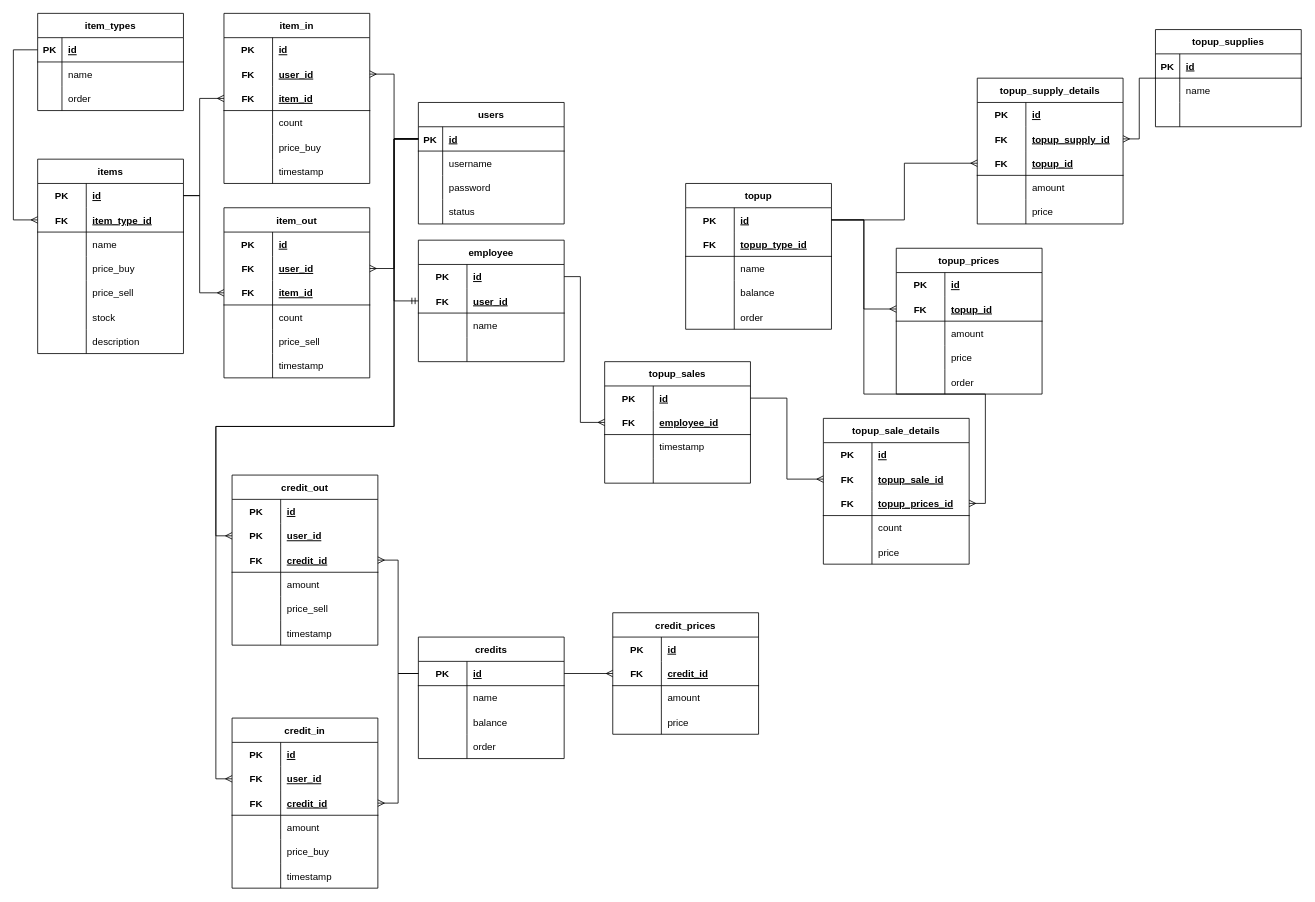
The draw.io diagram database/Database Schema.drawio in yafizh/cell-phone-api, before the edit. Source tidied: cells renumbered, new cells numbered last; positions are measured from the earlier drawing's top-left corner, leaving out a move shared by most shapes. Both pictures are drawn from the tidied source at 81%, with x=0, y=0 at pixel (13, 13).
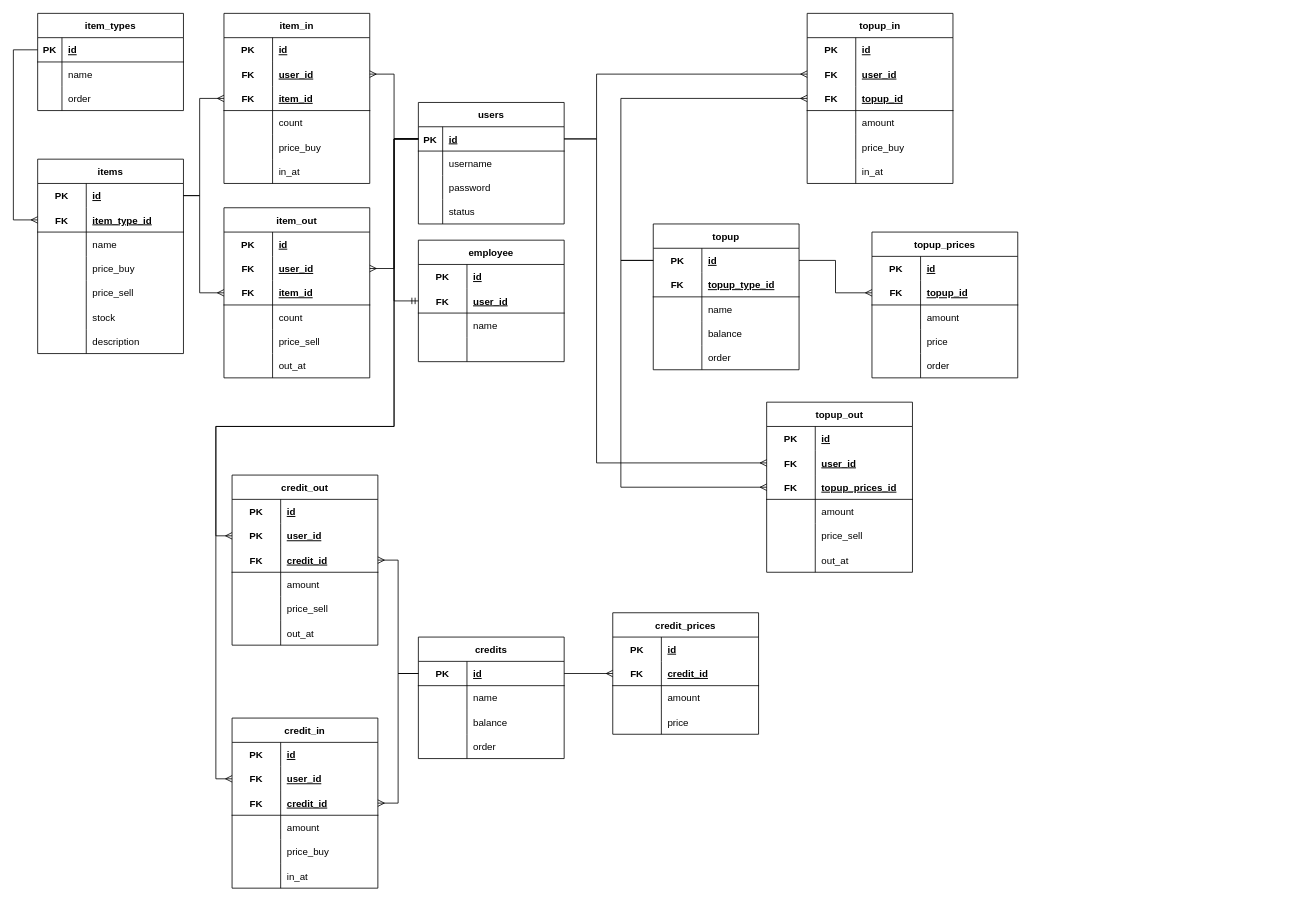
The same page after the edit.

Commit message (it also covers changes not shown here):
endpoint API crud topup in and crud topup out

Unchanged cells that the change refers to:
```xml
<mxCell id="25" style="shape=tableRow;horizontal=0;startSize=0;swimlaneHead=0;swimlaneBody=0;fillColor=none;points=[[0,0.5],[1,0.5]];portConstraint=eastwest;top=0;left=0;right=0;bottom=1;" parent="24" vertex="1">
  <mxGeometry y="30" width="180" height="30" as="geometry" />
</mxCell>
<mxCell id="53" style="shape=tableRow;horizontal=0;startSize=0;swimlaneHead=0;swimlaneBody=0;fillColor=none;top=0;left=0;right=0;bottom=0;" parent="37" vertex="1">
  <mxGeometry y="180" width="180" height="30" as="geometry" />
</mxCell>
<mxCell id="57" style="shape=tableRow;horizontal=0;startSize=0;swimlaneHead=0;swimlaneBody=0;fillColor=none;points=[[0,0.5],[1,0.5]];portConstraint=eastwest;top=0;left=0;right=0;bottom=0;" parent="56" vertex="1">
  <mxGeometry y="30" width="180" height="30" as="geometry" />
</mxCell>
<mxCell id="80" style="shape=tableRow;horizontal=0;startSize=0;swimlaneHead=0;swimlaneBody=0;fillColor=none;points=[[0,0.5],[1,0.5]];portConstraint=eastwest;top=0;left=0;right=0;bottom=0;" parent="79" vertex="1">
  <mxGeometry y="30" width="180" height="30" as="geometry" />
</mxCell>
<mxCell id="128" style="shape=tableRow;horizontal=0;startSize=0;swimlaneHead=0;swimlaneBody=0;fillColor=none;points=[[0,0.5],[1,0.5]];portConstraint=eastwest;top=0;left=0;right=0;bottom=0;" parent="124" vertex="1">
  <mxGeometry y="60" width="180" height="30" as="geometry" />
</mxCell>
<mxCell id="131" style="shape=tableRow;horizontal=0;startSize=0;swimlaneHead=0;swimlaneBody=0;fillColor=none;points=[[0,0.5],[1,0.5]];portConstraint=eastwest;top=0;left=0;right=0;bottom=1;" parent="124" vertex="1">
  <mxGeometry y="90" width="180" height="30" as="geometry" />
</mxCell>
<mxCell id="134" style="shape=tableRow;horizontal=0;startSize=0;swimlaneHead=0;swimlaneBody=0;fillColor=none;top=0;left=0;right=0;bottom=0;" parent="124" vertex="1">
  <mxGeometry y="120" width="180" height="30" as="geometry" />
</mxCell>
<mxCell id="137" style="shape=tableRow;horizontal=0;startSize=0;swimlaneHead=0;swimlaneBody=0;fillColor=none;top=0;left=0;right=0;bottom=0;" parent="124" vertex="1">
  <mxGeometry y="150" width="180" height="30" as="geometry" />
</mxCell>
<mxCell id="162" style="shape=tableRow;horizontal=0;startSize=0;swimlaneHead=0;swimlaneBody=0;fillColor=none;top=0;left=0;right=0;bottom=0;" parent="146" vertex="1">
  <mxGeometry y="180" width="180" height="30" as="geometry" />
</mxCell>
<mxCell id="181" style="shape=tableRow;horizontal=0;startSize=0;swimlaneHead=0;swimlaneBody=0;fillColor=none;points=[[0,0.5],[1,0.5]];portConstraint=eastwest;top=0;left=0;right=0;bottom=0;" parent="177" vertex="1">
  <mxGeometry y="60" width="180" height="30" as="geometry" />
</mxCell>
<mxCell id="184" style="shape=tableRow;horizontal=0;startSize=0;swimlaneHead=0;swimlaneBody=0;fillColor=none;points=[[0,0.5],[1,0.5]];portConstraint=eastwest;top=0;left=0;right=0;bottom=1;" parent="177" vertex="1">
  <mxGeometry y="90" width="180" height="30" as="geometry" />
</mxCell>
<mxCell id="190" style="shape=tableRow;horizontal=0;startSize=0;swimlaneHead=0;swimlaneBody=0;fillColor=none;top=0;left=0;right=0;bottom=0;" parent="177" vertex="1">
  <mxGeometry y="150" width="180" height="30" as="geometry" />
</mxCell>
<mxCell id="238" style="shape=tableRow;horizontal=0;startSize=0;swimlaneHead=0;swimlaneBody=0;fillColor=none;top=0;left=0;right=0;bottom=0;" parent="222" vertex="1">
  <mxGeometry y="180" width="180" height="30" as="geometry" />
</mxCell>
<mxCell id="257" style="shape=tableRow;horizontal=0;startSize=0;swimlaneHead=0;swimlaneBody=0;fillColor=none;top=0;left=0;right=0;bottom=0;" parent="241" vertex="1">
  <mxGeometry y="180" width="180" height="30" as="geometry" />
</mxCell>
```

Change to the diagram source:
```diff
@@
-    <mxCell id="55" value="timestamp" style="shape=partialRectangle;fillColor=none;top=0;left=0;bottom=0;right=0;align=left;spacingLeft=6;overflow=hidden;" parent="53" vertex="1">
+    <mxCell id="55" value="out_at" style="shape=partialRectangle;fillColor=none;top=0;left=0;bottom=0;right=0;align=left;spacingLeft=6;overflow=hidden;" parent="53" vertex="1">
       <mxGeometry x="60" width="120" height="30" as="geometry" />
     </mxCell>
@@
     <mxCell id="79" value="topup" style="shape=table;startSize=30;childLayout=tableLayout;rowLines=0;fontStyle=1;align=center;" parent="1" vertex="1">
-      <mxGeometry x="830" y="210" width="180" height="180" as="geometry" />
+      <mxGeometry x="790" y="260" width="180" height="180" as="geometry" />
     </mxCell>
@@
     <mxCell id="95" value="topup_prices" style="shape=table;startSize=30;childLayout=tableLayout;rowLines=0;fontStyle=1;align=center;" parent="1" vertex="1">
-      <mxGeometry x="1090" y="290" width="180" height="180" as="geometry" />
+      <mxGeometry x="1060" y="270" width="180" height="180" as="geometry" />
     </mxCell>
@@
-    <mxCell id="111" value="topup_sales" style="shape=table;startSize=30;childLayout=tableLayout;rowLines=0;fontStyle=1;align=center;" parent="1" vertex="1">
-      <mxGeometry x="730" y="430" width="180" height="150" as="geometry" />
-    </mxCell>
-    <mxCell id="112" style="shape=tableRow;horizontal=0;startSize=0;swimlaneHead=0;swimlaneBody=0;fillColor=none;points=[[0,0.5],[1,0.5]];portConstraint=eastwest;top=0;left=0;right=0;bottom=0;" parent="111" vertex="1">
-      <mxGeometry y="30" width="180" height="30" as="geometry" />
-    </mxCell>
-    <mxCell id="113" value="PK" style="shape=partialRectangle;fillColor=none;top=0;left=0;bottom=0;right=0;fontStyle=1;overflow=hidden;" parent="112" vertex="1">
-      <mxGeometry width="60" height="30" as="geometry" />
-    </mxCell>
-    <mxCell id="114" value="id" style="shape=partialRectangle;fillColor=none;top=0;left=0;bottom=0;right=0;align=left;spacingLeft=6;fontStyle=5;overflow=hidden;" parent="112" vertex="1">
-      <mxGeometry x="60" width="120" height="30" as="geometry" />
-    </mxCell>
-    <mxCell id="115" style="shape=tableRow;horizontal=0;startSize=0;swimlaneHead=0;swimlaneBody=0;fillColor=none;points=[[0,0.5],[1,0.5]];portConstraint=eastwest;top=0;left=0;right=0;bottom=1;" parent="111" vertex="1">
-      <mxGeometry y="60" width="180" height="30" as="geometry" />
-    </mxCell>
-    <mxCell id="116" value="FK" style="shape=partialRectangle;fillColor=none;top=0;left=0;bottom=0;right=0;fontStyle=1;overflow=hidden;" parent="115" vertex="1">
-      <mxGeometry width="60" height="30" as="geometry" />
-    </mxCell>
-    <mxCell id="117" value="employee_id" style="shape=partialRectangle;fillColor=none;top=0;left=0;bottom=0;right=0;align=left;spacingLeft=6;fontStyle=5;overflow=hidden;" parent="115" vertex="1">
-      <mxGeometry x="60" width="120" height="30" as="geometry" />
-    </mxCell>
-    <mxCell id="118" style="shape=tableRow;horizontal=0;startSize=0;swimlaneHead=0;swimlaneBody=0;fillColor=none;top=0;left=0;right=0;bottom=0;" parent="111" vertex="1">
-      <mxGeometry y="90" width="180" height="30" as="geometry" />
-    </mxCell>
-    <mxCell id="119" style="shape=partialRectangle;fillColor=none;top=0;left=0;bottom=0;right=0;overflow=hidden;" parent="118" vertex="1">
-      <mxGeometry width="60" height="30" as="geometry" />
-    </mxCell>
-    <mxCell id="120" value="timestamp" style="shape=partialRectangle;fillColor=none;top=0;left=0;bottom=0;right=0;align=left;spacingLeft=6;overflow=hidden;" parent="118" vertex="1">
-      <mxGeometry x="60" width="120" height="30" as="geometry" />
-    </mxCell>
-    <mxCell id="121" style="shape=tableRow;horizontal=0;startSize=0;swimlaneHead=0;swimlaneBody=0;fillColor=none;top=0;left=0;right=0;bottom=0;" parent="111" vertex="1">
-      <mxGeometry y="120" width="180" height="30" as="geometry" />
-    </mxCell>
-    <mxCell id="122" style="shape=partialRectangle;fillColor=none;top=0;left=0;bottom=0;right=0;overflow=hidden;" parent="121" vertex="1">
-      <mxGeometry width="60" height="30" as="geometry" />
-    </mxCell>
-    <mxCell id="123" style="shape=partialRectangle;fillColor=none;top=0;left=0;bottom=0;right=0;align=left;spacingLeft=6;overflow=hidden;" parent="121" vertex="1">
-      <mxGeometry x="60" width="120" height="30" as="geometry" />
-    </mxCell>
-    <mxCell id="124" value="topup_sale_details" style="shape=table;startSize=30;childLayout=tableLayout;rowLines=0;fontStyle=1;align=center;" parent="1" vertex="1">
-      <mxGeometry x="1000" y="500" width="180" height="180" as="geometry" />
+    <mxCell id="124" value="topup_out" style="shape=table;startSize=30;childLayout=tableLayout;rowLines=0;fontStyle=1;align=center;" parent="1" vertex="1">
+      <mxGeometry x="930" y="480" width="180" height="210" as="geometry" />
     </mxCell>
@@
-    <mxCell id="130" value="topup_sale_id" style="shape=partialRectangle;fillColor=none;top=0;left=0;bottom=0;right=0;align=left;spacingLeft=6;fontStyle=5;overflow=hidden;" parent="128" vertex="1">
+    <mxCell id="130" value="user_id" style="shape=partialRectangle;fillColor=none;top=0;left=0;bottom=0;right=0;align=left;spacingLeft=6;fontStyle=5;overflow=hidden;" parent="128" vertex="1">
       <mxGeometry x="60" width="120" height="30" as="geometry" />
     </mxCell>
@@
-    <mxCell id="136" value="count" style="shape=partialRectangle;fillColor=none;top=0;left=0;bottom=0;right=0;align=left;spacingLeft=6;overflow=hidden;" parent="134" vertex="1">
+    <mxCell id="136" value="amount" style="shape=partialRectangle;fillColor=none;top=0;left=0;bottom=0;right=0;align=left;spacingLeft=6;overflow=hidden;" parent="134" vertex="1">
       <mxGeometry x="60" width="120" height="30" as="geometry" />
     </mxCell>
@@
-    <mxCell id="139" value="price" style="shape=partialRectangle;fillColor=none;top=0;left=0;bottom=0;right=0;align=left;spacingLeft=6;overflow=hidden;" parent="137" vertex="1">
+    <mxCell id="139" value="price_sell" style="shape=partialRectangle;fillColor=none;top=0;left=0;bottom=0;right=0;align=left;spacingLeft=6;overflow=hidden;" parent="137" vertex="1">
       <mxGeometry x="60" width="120" height="30" as="geometry" />
     </mxCell>
+    <mxCell id="266" style="shape=tableRow;horizontal=0;startSize=0;swimlaneHead=0;swimlaneBody=0;fillColor=none;top=0;left=0;right=0;bottom=0;" parent="124" vertex="1">
+      <mxGeometry y="180" width="180" height="30" as="geometry" />
+    </mxCell>
+    <mxCell id="267" style="shape=partialRectangle;fillColor=none;top=0;left=0;bottom=0;right=0;overflow=hidden;" parent="266" vertex="1">
+      <mxGeometry width="60" height="30" as="geometry" />
+    </mxCell>
+    <mxCell id="268" value="out_at" style="shape=partialRectangle;fillColor=none;top=0;left=0;bottom=0;right=0;align=left;spacingLeft=6;overflow=hidden;" parent="266" vertex="1">
+      <mxGeometry x="60" width="120" height="30" as="geometry" />
+    </mxCell>
@@
-    <mxCell id="144" style="edgeStyle=orthogonalEdgeStyle;rounded=0;jettySize=auto;html=1;entryX=0;entryY=0.5;entryDx=0;entryDy=0;endArrow=ERmany;endFill=0;" parent="1" edge="1" source="112" target="128">
-      <mxGeometry relative="1" as="geometry" />
-    </mxCell>
-    <mxCell id="145" style="edgeStyle=orthogonalEdgeStyle;rounded=0;jettySize=auto;html=1;entryX=0;entryY=0.5;entryDx=0;entryDy=0;endArrow=ERmany;endFill=0;" parent="1" edge="1" source="57" target="115">
-      <mxGeometry relative="1" as="geometry">
-        <Array as="points">
-          <mxPoint x="700" y="325" />
-          <mxPoint x="700" y="505" />
-        </Array>
-      </mxGeometry>
-    </mxCell>
@@
-    <mxCell id="164" value="timestamp" style="shape=partialRectangle;fillColor=none;top=0;left=0;bottom=0;right=0;align=left;spacingLeft=6;overflow=hidden;" parent="162" vertex="1">
+    <mxCell id="164" value="in_at" style="shape=partialRectangle;fillColor=none;top=0;left=0;bottom=0;right=0;align=left;spacingLeft=6;overflow=hidden;" parent="162" vertex="1">
       <mxGeometry x="60" width="120" height="30" as="geometry" />
     </mxCell>
@@
-    <mxCell id="166" style="edgeStyle=orthogonalEdgeStyle;rounded=0;jettySize=auto;html=1;entryX=1;entryY=0.5;entryDx=0;entryDy=0;endArrow=ERmany;endFill=0;" parent="1" edge="1" source="167" target="181">
-      <mxGeometry relative="1" as="geometry" />
-    </mxCell>
-    <mxCell id="167" value="topup_supplies" style="shape=table;startSize=30;childLayout=tableLayout;rowLines=0;fontStyle=1;align=center;" parent="1" vertex="1">
-      <mxGeometry x="1410" y="20" width="180" height="120" as="geometry" />
-    </mxCell>
-    <mxCell id="168" style="shape=tableRow;horizontal=0;startSize=0;swimlaneHead=0;swimlaneBody=0;fillColor=none;top=0;left=0;right=0;bottom=1;" parent="167" vertex="1">
-      <mxGeometry y="30" width="180" height="30" as="geometry" />
-    </mxCell>
-    <mxCell id="169" value="PK" style="shape=partialRectangle;fillColor=none;top=0;left=0;bottom=0;right=0;fontStyle=1;overflow=hidden;" parent="168" vertex="1">
-      <mxGeometry width="30" height="30" as="geometry" />
-    </mxCell>
-    <mxCell id="170" value="id" style="shape=partialRectangle;fillColor=none;top=0;left=0;bottom=0;right=0;align=left;spacingLeft=6;fontStyle=5;overflow=hidden;" parent="168" vertex="1">
-      <mxGeometry x="30" width="150" height="30" as="geometry" />
-    </mxCell>
-    <mxCell id="171" style="shape=tableRow;horizontal=0;startSize=0;swimlaneHead=0;swimlaneBody=0;fillColor=none;top=0;left=0;right=0;bottom=0;" parent="167" vertex="1">
-      <mxGeometry y="60" width="180" height="30" as="geometry" />
-    </mxCell>
-    <mxCell id="172" style="shape=partialRectangle;fillColor=none;top=0;left=0;bottom=0;right=0;overflow=hidden;" parent="171" vertex="1">
-      <mxGeometry width="30" height="30" as="geometry" />
-    </mxCell>
-    <mxCell id="173" value="name" style="shape=partialRectangle;fillColor=none;top=0;left=0;bottom=0;right=0;align=left;spacingLeft=6;overflow=hidden;" parent="171" vertex="1">
-      <mxGeometry x="30" width="150" height="30" as="geometry" />
-    </mxCell>
-    <mxCell id="174" style="shape=tableRow;horizontal=0;startSize=0;swimlaneHead=0;swimlaneBody=0;fillColor=none;top=0;left=0;right=0;bottom=0;" parent="167" vertex="1">
-      <mxGeometry y="90" width="180" height="30" as="geometry" />
-    </mxCell>
-    <mxCell id="175" style="shape=partialRectangle;fillColor=none;top=0;left=0;bottom=0;right=0;overflow=hidden;" parent="174" vertex="1">
-      <mxGeometry width="30" height="30" as="geometry" />
-    </mxCell>
-    <mxCell id="176" style="shape=partialRectangle;fillColor=none;top=0;left=0;bottom=0;right=0;align=left;spacingLeft=6;overflow=hidden;" parent="174" vertex="1">
-      <mxGeometry x="30" width="150" height="30" as="geometry" />
-    </mxCell>
-    <mxCell id="177" value="topup_supply_details" style="shape=table;startSize=30;childLayout=tableLayout;rowLines=0;fontStyle=1;align=center;" parent="1" vertex="1">
-      <mxGeometry x="1190" y="80" width="180" height="180" as="geometry" />
+    <mxCell id="177" value="topup_in" style="shape=table;startSize=30;childLayout=tableLayout;rowLines=0;fontStyle=1;align=center;" parent="1" vertex="1">
+      <mxGeometry x="980" width="180" height="210" as="geometry" />
     </mxCell>
@@
-    <mxCell id="183" value="topup_supply_id" style="shape=partialRectangle;fillColor=none;top=0;left=0;bottom=0;right=0;align=left;spacingLeft=6;fontStyle=5;overflow=hidden;" parent="181" vertex="1">
+    <mxCell id="183" value="user_id" style="shape=partialRectangle;fillColor=none;top=0;left=0;bottom=0;right=0;align=left;spacingLeft=6;fontStyle=5;overflow=hidden;" parent="181" vertex="1">
       <mxGeometry x="60" width="120" height="30" as="geometry" />
     </mxCell>
@@
-    <mxCell id="192" value="price" style="shape=partialRectangle;fillColor=none;top=0;left=0;bottom=0;right=0;align=left;spacingLeft=6;overflow=hidden;" parent="190" vertex="1">
+    <mxCell id="192" value="price_buy" style="shape=partialRectangle;fillColor=none;top=0;left=0;bottom=0;right=0;align=left;spacingLeft=6;overflow=hidden;" parent="190" vertex="1">
       <mxGeometry x="60" width="120" height="30" as="geometry" />
     </mxCell>
+    <mxCell id="269" style="shape=tableRow;horizontal=0;startSize=0;swimlaneHead=0;swimlaneBody=0;fillColor=none;top=0;left=0;right=0;bottom=0;" parent="177" vertex="1">
+      <mxGeometry y="180" width="180" height="30" as="geometry" />
+    </mxCell>
+    <mxCell id="270" style="shape=partialRectangle;fillColor=none;top=0;left=0;bottom=0;right=0;overflow=hidden;" parent="269" vertex="1">
+      <mxGeometry width="60" height="30" as="geometry" />
+    </mxCell>
+    <mxCell id="271" value="in_at" style="shape=partialRectangle;fillColor=none;top=0;left=0;bottom=0;right=0;align=left;spacingLeft=6;overflow=hidden;" parent="269" vertex="1">
+      <mxGeometry x="60" width="120" height="30" as="geometry" />
+    </mxCell>
     <mxCell id="193" style="edgeStyle=orthogonalEdgeStyle;rounded=0;jettySize=auto;html=1;entryX=0;entryY=0.5;entryDx=0;entryDy=0;endArrow=ERmany;endFill=0;" parent="1" edge="1" source="80" target="184">
-      <mxGeometry relative="1" as="geometry" />
+      <mxGeometry relative="1" as="geometry">
+        <Array as="points">
+          <mxPoint x="750" y="305" />
+          <mxPoint x="750" y="105" />
+        </Array>
+      </mxGeometry>
     </mxCell>
-    <mxCell id="194" style="edgeStyle=orthogonalEdgeStyle;rounded=0;jettySize=auto;html=1;entryX=1;entryY=0.5;entryDx=0;entryDy=0;endArrow=ERmany;endFill=0;" parent="1" edge="1" source="80" target="131">
+    <mxCell id="194" style="edgeStyle=orthogonalEdgeStyle;rounded=0;jettySize=auto;html=1;endArrow=ERmany;endFill=0;exitX=0;exitY=0.5;exitDx=0;exitDy=0;entryX=0;entryY=0.5;entryDx=0;entryDy=0;" parent="1" edge="1" source="80" target="131">
       <mxGeometry relative="1" as="geometry">
         <Array as="points">
-          <mxPoint x="1050" y="255" />
-          <mxPoint x="1050" y="470" />
-          <mxPoint x="1200" y="470" />
-          <mxPoint x="1200" y="605" />
+          <mxPoint x="750" y="305" />
+          <mxPoint x="750" y="585" />
         </Array>
       </mxGeometry>
     </mxCell>
@@
-    <mxCell id="240" value="timestamp" style="shape=partialRectangle;fillColor=none;top=0;left=0;bottom=0;right=0;align=left;spacingLeft=6;overflow=hidden;" parent="238" vertex="1">
+    <mxCell id="240" value="in_at" style="shape=partialRectangle;fillColor=none;top=0;left=0;bottom=0;right=0;align=left;spacingLeft=6;overflow=hidden;" parent="238" vertex="1">
       <mxGeometry x="60" width="120" height="30" as="geometry" />
     </mxCell>
@@
-    <mxCell id="259" value="timestamp" style="shape=partialRectangle;fillColor=none;top=0;left=0;bottom=0;right=0;align=left;spacingLeft=6;overflow=hidden;" parent="257" vertex="1">
+    <mxCell id="259" value="out_at" style="shape=partialRectangle;fillColor=none;top=0;left=0;bottom=0;right=0;align=left;spacingLeft=6;overflow=hidden;" parent="257" vertex="1">
       <mxGeometry x="60" width="120" height="30" as="geometry" />
     </mxCell>
@@
+    <mxCell id="272" style="edgeStyle=orthogonalEdgeStyle;rounded=0;jettySize=auto;html=1;entryX=0;entryY=0.5;entryDx=0;entryDy=0;endArrow=ERmany;endFill=0;" parent="1" edge="1" source="25" target="128">
+      <mxGeometry relative="1" as="geometry">
+        <Array as="points">
+          <mxPoint x="720" y="155" />
+          <mxPoint x="720" y="555" />
+        </Array>
+      </mxGeometry>
+    </mxCell>
+    <mxCell id="273" style="edgeStyle=orthogonalEdgeStyle;rounded=0;jettySize=auto;html=1;entryX=0;entryY=0.5;entryDx=0;entryDy=0;endArrow=ERmany;endFill=0;" parent="1" edge="1" source="25" target="181">
+      <mxGeometry relative="1" as="geometry">
+        <Array as="points">
+          <mxPoint x="720" y="155" />
+          <mxPoint x="720" y="75" />
+        </Array>
+      </mxGeometry>
+    </mxCell>
```
